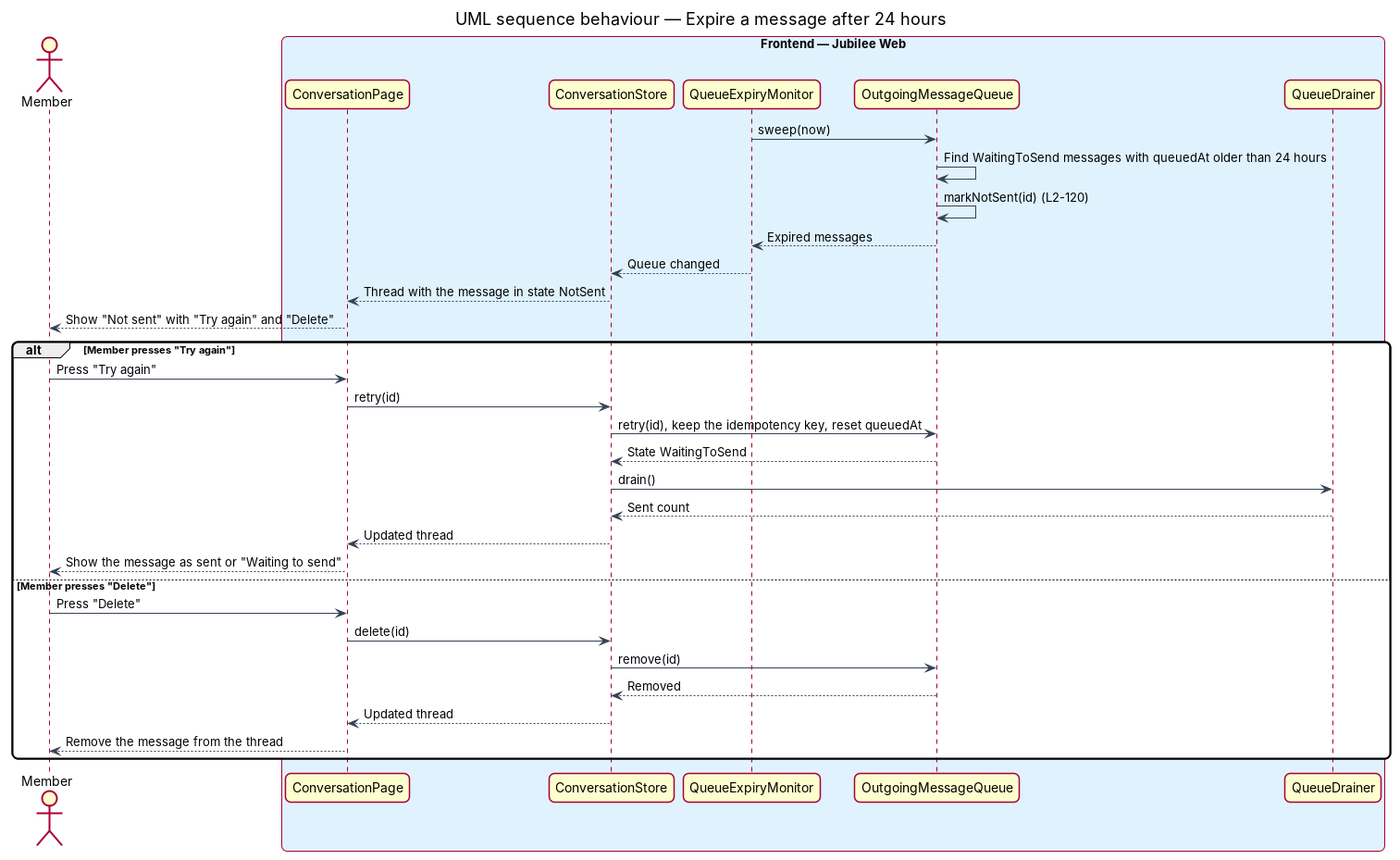
The PlantUML diagram docs/detailed-designs/offline/queue-messages-offline/diagrams/sequence-expire-after-24-hours.png in QuinntyneBrown/jubilee, before a commit. Its source is kept beside it as docs/detailed-designs/offline/queue-messages-offline/diagrams/sequence-expire-after-24-hours.puml. The source it was exported from:
```plantuml
@startuml
title UML sequence behaviour — Expire a message after 24 hours
skinparam backgroundColor #FFFFFF
skinparam shadowing false
skinparam roundcorner 12
skinparam defaultFontName Arial
skinparam ArrowColor #344054
skinparam rectangle {
  BorderColor #344054
  FontColor #101828
}
skinparam package {
  BorderColor #667085
  FontColor #101828
  BackgroundColor #F9FAFB
}
actor "Member" as actor
box "Frontend — Jubilee Web" #E0F2FE
  participant "ConversationPage" as page
  participant "ConversationStore" as store
  participant "QueueExpiryMonitor" as expiry
  participant "OutgoingMessageQueue" as queue
  participant "QueueDrainer" as drainer
end box
expiry -> queue : sweep(now)
queue -> queue : Find WaitingToSend messages with queuedAt older than 24 hours
queue -> queue : markNotSent(id) (L2-120)
queue --> expiry : Expired messages
expiry --> store : Queue changed
store --> page : Thread with the message in state NotSent
page --> actor : Show "Not sent" with "Try again" and "Delete"
alt Member presses "Try again"
  actor -> page : Press "Try again"
  page -> store : retry(id)
  store -> queue : retry(id), keep the idempotency key, reset queuedAt
  queue --> store : State WaitingToSend
  store -> drainer : drain()
  drainer --> store : Sent count
  store --> page : Updated thread
  page --> actor : Show the message as sent or "Waiting to send"
else Member presses "Delete"
  actor -> page : Press "Delete"
  page -> store : delete(id)
  store -> queue : remove(id)
  queue --> store : Removed
  store --> page : Updated thread
  page --> actor : Remove the message from the thread
end
@enduml
```
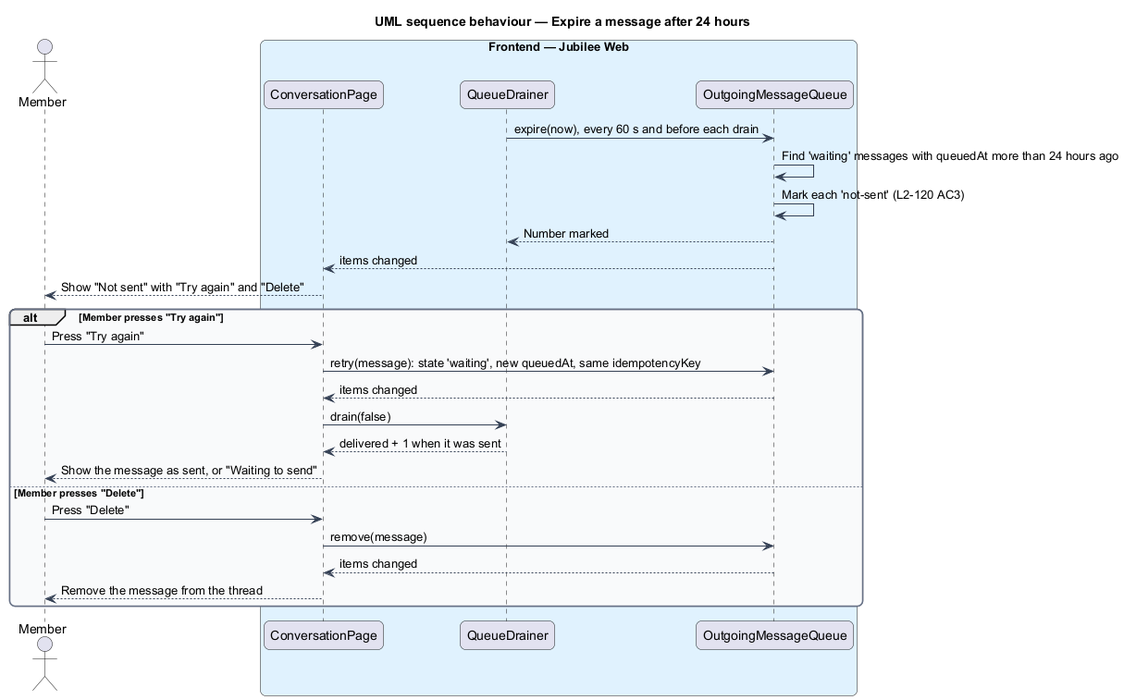
Above is the later version.

Change to the diagram source:
```diff
@@ -17,33 +17,26 @@
 actor "Member" as actor
 box "Frontend — Jubilee Web" #E0F2FE
   participant "ConversationPage" as page
-  participant "ConversationStore" as store
-  participant "QueueExpiryMonitor" as expiry
+  participant "QueueDrainer" as drainer
   participant "OutgoingMessageQueue" as queue
-  participant "QueueDrainer" as drainer
 end box
-expiry -> queue : sweep(now)
-queue -> queue : Find WaitingToSend messages with queuedAt older than 24 hours
-queue -> queue : markNotSent(id) (L2-120)
-queue --> expiry : Expired messages
-expiry --> store : Queue changed
-store --> page : Thread with the message in state NotSent
+drainer -> queue : expire(now), every 60 s and before each drain
+queue -> queue : Find 'waiting' messages with queuedAt more than 24 hours ago
+queue -> queue : Mark each 'not-sent' (L2-120 AC3)
+queue --> drainer : Number marked
+queue --> page : items changed
 page --> actor : Show "Not sent" with "Try again" and "Delete"
 alt Member presses "Try again"
   actor -> page : Press "Try again"
-  page -> store : retry(id)
-  store -> queue : retry(id), keep the idempotency key, reset queuedAt
-  queue --> store : State WaitingToSend
-  store -> drainer : drain()
-  drainer --> store : Sent count
-  store --> page : Updated thread
-  page --> actor : Show the message as sent or "Waiting to send"
+  page -> queue : retry(message): state 'waiting', new queuedAt, same idempotencyKey
+  queue --> page : items changed
+  page -> drainer : drain(false)
+  drainer --> page : delivered + 1 when it was sent
+  page --> actor : Show the message as sent, or "Waiting to send"
 else Member presses "Delete"
   actor -> page : Press "Delete"
-  page -> store : delete(id)
-  store -> queue : remove(id)
-  queue --> store : Removed
-  store --> page : Updated thread
+  page -> queue : remove(message)
+  queue --> page : items changed
   page --> actor : Remove the message from the thread
 end
 @enduml
```
